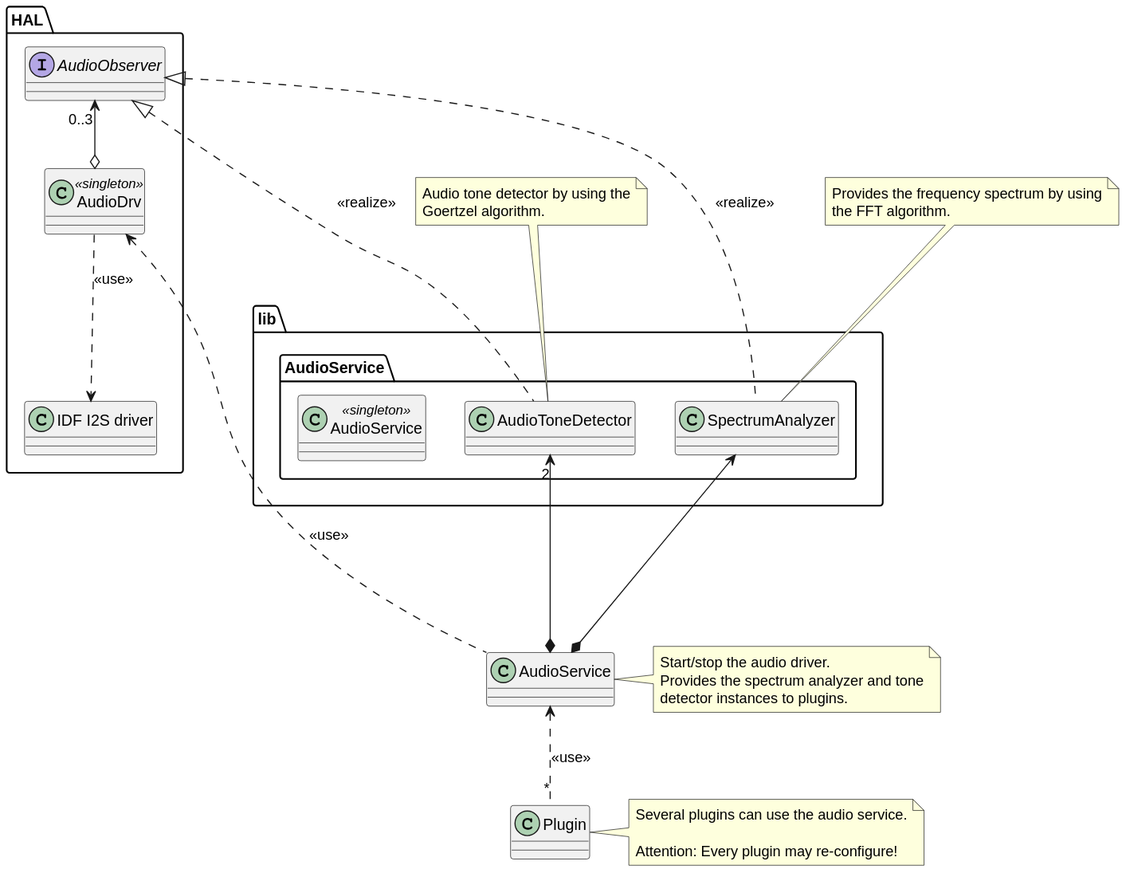
BlueAndi/Pixelix keeps this PlantUML diagram as doc/architecture/svg/audio_service.svg. Above is the earlier version. The source it was exported from:
```plantuml
@startuml
package "HAL" {

    interface AudioObserver
    class AudioDrv<<singleton>>
    class "IDF I2S driver" as I2SDrv
}

package "lib" {
    package "AudioService" {
        class SpectrumAnalyzer
        class AudioToneDetector
        class AudioService<<singleton>>
    }
}

class Plugin

AudioObserver "0..3" <--o AudioDrv
AudioObserver <|... SpectrumAnalyzer: <<realize>>
AudioObserver <|... AudioToneDetector: <<realize>>

AudioDrv <.... AudioService: <<use>>
SpectrumAnalyzer <--* AudioService
AudioToneDetector "2" <--* AudioService

AudioService <.. "*" Plugin: <<use>>

AudioDrv ..> I2SDrv: <<use>>

note top of SpectrumAnalyzer
    Provides the frequency spectrum by using
    the FFT algorithm.
end note

note top of AudioToneDetector
    Audio tone detector by using the
    Goertzel algorithm.
end note

note right of Plugin
    Several plugins can use the audio service.

    Attention: Every plugin may re-configure!
end note

note right of AudioService
    Start/stop the audio driver.
    Provides the spectrum analyzer and tone
    detector instances to plugins.
end note
@enduml
```
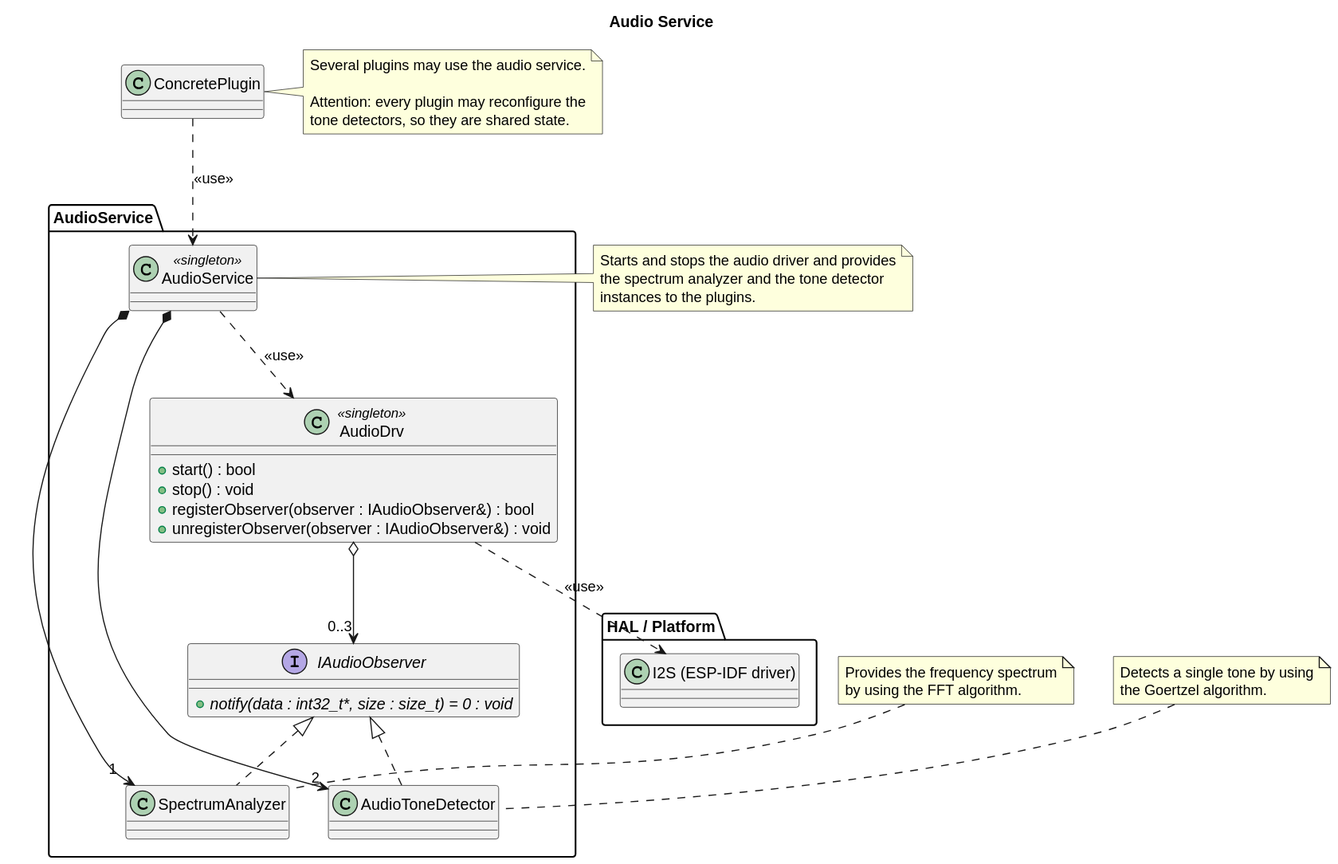
The same file after the commit.

Change to the diagram source:
```diff
@@ -1,52 +1,62 @@
 @startuml
-package "HAL" {
+title Audio Service
 
-    interface AudioObserver
-    class AudioDrv<<singleton>>
-    class "IDF I2S driver" as I2SDrv
+package "AudioService" as audioServicePckg {
+
+    interface IAudioObserver {
+        + {abstract} notify(data : int32_t*, size : size_t) = 0 : void
+    }
+
+    class AudioDrv <<singleton>> {
+        + start() : bool
+        + stop() : void
+        + registerObserver(observer : IAudioObserver&) : bool
+        + unregisterObserver(observer : IAudioObserver&) : void
+    }
+
+    class SpectrumAnalyzer
+    class AudioToneDetector
+    class AudioService <<singleton>>
 }
 
-package "lib" {
-    package "AudioService" {
-        class SpectrumAnalyzer
-        class AudioToneDetector
-        class AudioService<<singleton>>
-    }
+package "HAL / Platform" as halPckg {
+    class "I2S (ESP-IDF driver)" as i2sDrv
 }
 
-class Plugin
+class ConcretePlugin
 
-AudioObserver "0..3" <--o AudioDrv
-AudioObserver <|... SpectrumAnalyzer: <<realize>>
-AudioObserver <|... AudioToneDetector: <<realize>>
+AudioDrv o--> "0..3" IAudioObserver
+IAudioObserver <|.. SpectrumAnalyzer
+IAudioObserver <|.. AudioToneDetector
 
-AudioDrv <.... AudioService: <<use>>
-SpectrumAnalyzer <--* AudioService
-AudioToneDetector "2" <--* AudioService
+AudioService ..> AudioDrv: <<use>>
+AudioService *--> "1" SpectrumAnalyzer
+AudioService *--> "2" AudioToneDetector
 
-AudioService <.. "*" Plugin: <<use>>
+ConcretePlugin ..> AudioService: <<use>>
 
-AudioDrv ..> I2SDrv: <<use>>
+AudioDrv ..> i2sDrv: <<use>>
 
 note top of SpectrumAnalyzer
-    Provides the frequency spectrum by using
-    the FFT algorithm.
+    Provides the frequency spectrum
+    by using the FFT algorithm.
 end note
 
 note top of AudioToneDetector
-    Audio tone detector by using the
-    Goertzel algorithm.
+    Detects a single tone by using
+    the Goertzel algorithm.
 end note
 
-note right of Plugin
-    Several plugins can use the audio service.
+note right of ConcretePlugin
+    Several plugins may use the audio service.
 
-    Attention: Every plugin may re-configure!
+    Attention: every plugin may reconfigure the
+    tone detectors, so they are shared state.
 end note
 
 note right of AudioService
-    Start/stop the audio driver.
-    Provides the spectrum analyzer and tone
-    detector instances to plugins.
+    Starts and stops the audio driver and provides
+    the spectrum analyzer and the tone detector
+    instances to the plugins.
 end note
 @enduml
```
